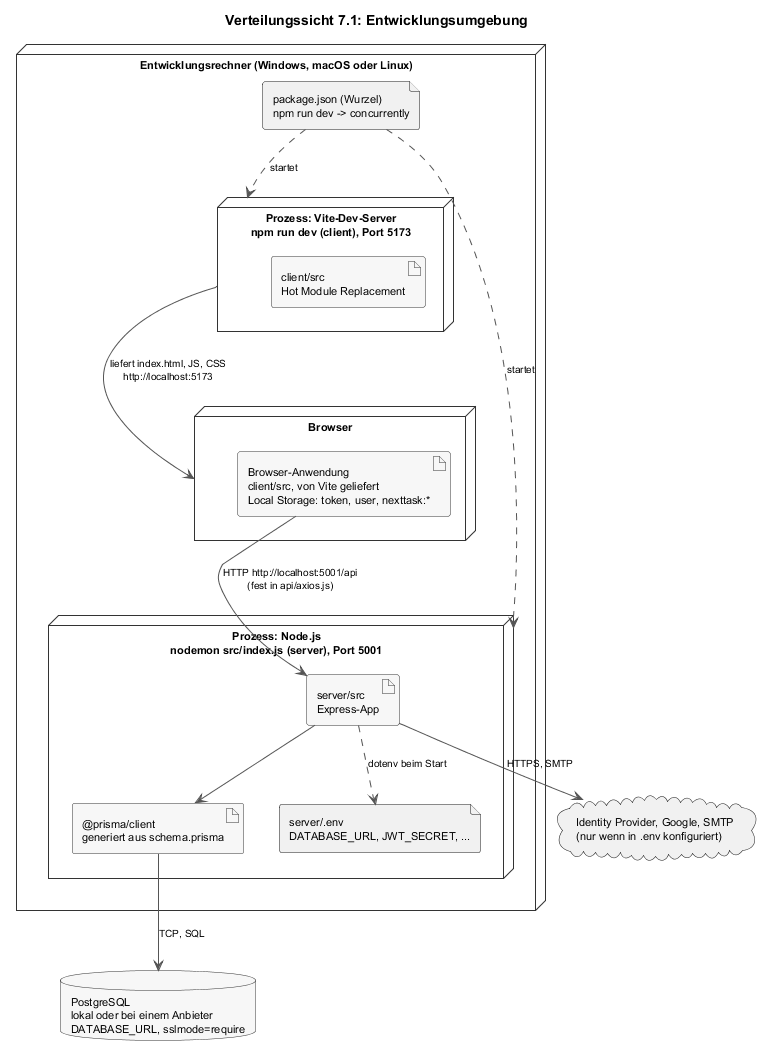
Earlier version of the PlantUML export docs/arch/diagrams-png/a07-entwicklung.png (Jonas-Aaron-Raab/NextTask).
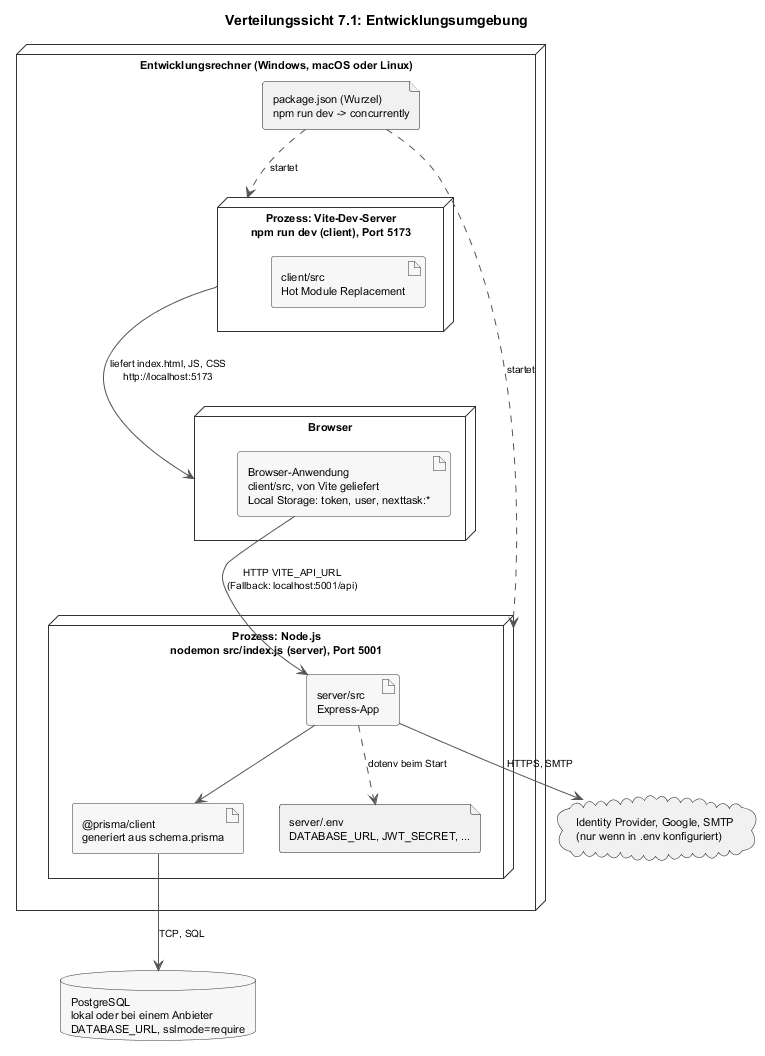
The same file after the commit.

Commit message:
docs(arch): align architecture with server changes of 24 September

The edit, as a diff of the source:
```diff
@@ -41,7 +41,7 @@
 ROOT ..> VITE : startet
 ROOT ..> NODE : startet
 VITE --> BROWSER : liefert index.html, JS, CSS\nhttp://localhost:5173
-SPA --> APP : HTTP http://localhost:5001/api\n(fest in api/axios.js)
+SPA --> APP : HTTP VITE_API_URL\n(Fallback: localhost:5001/api)
 APP ..> ENV : dotenv beim Start
 APP --> PC_CLIENT
 PC_CLIENT --> DB : TCP, SQL
```
